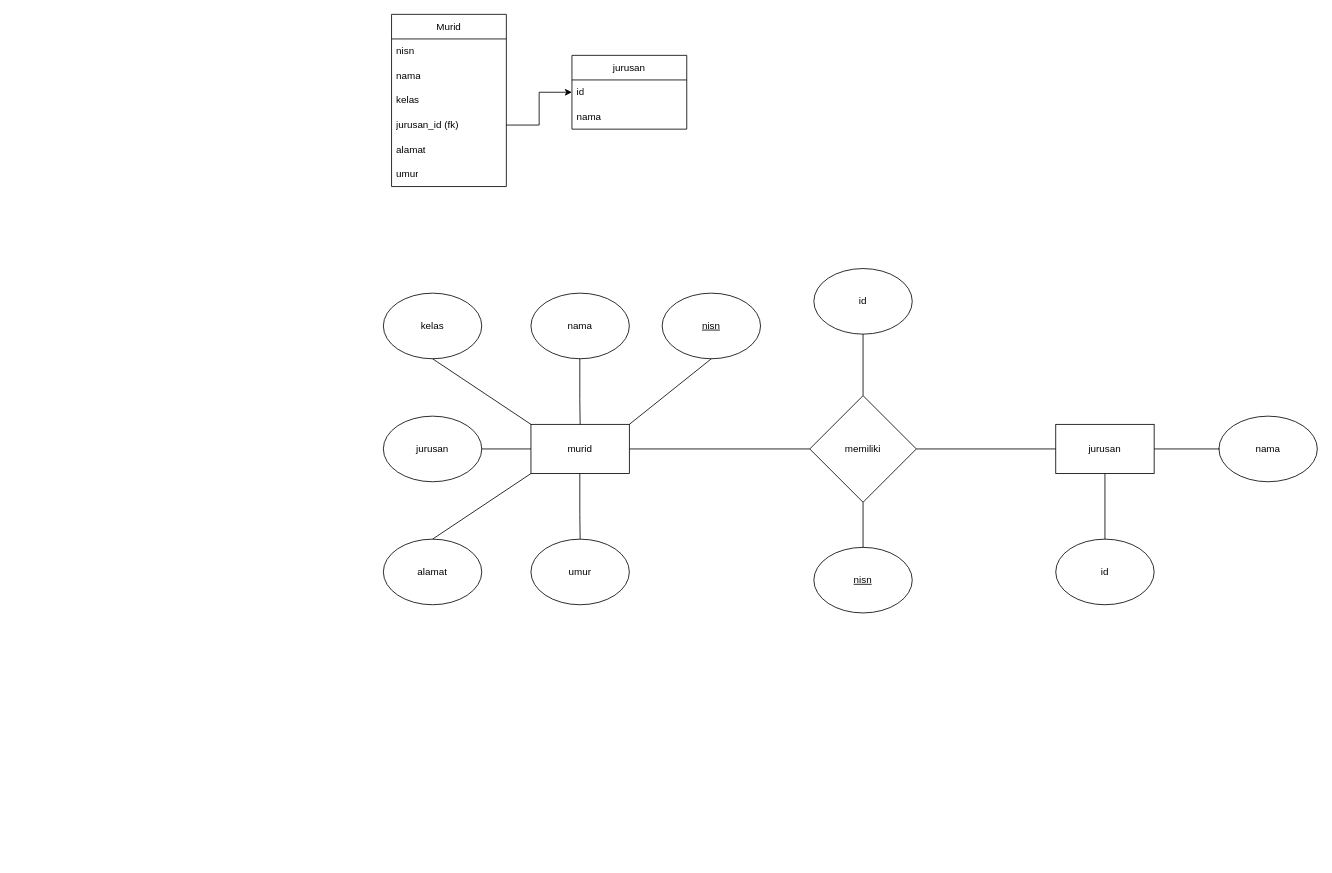
syafik-a/latihanerd keeps this draw.io diagram as latihanerd.drawio. Above is the earlier version. Source tidied: cells renumbered, new cells numbered last; positions are measured from the earlier drawing's top-left corner, leaving out a move shared by most shapes. Both pictures are drawn from the tidied source at 82%, with x=0, y=0 at pixel (383, 14).
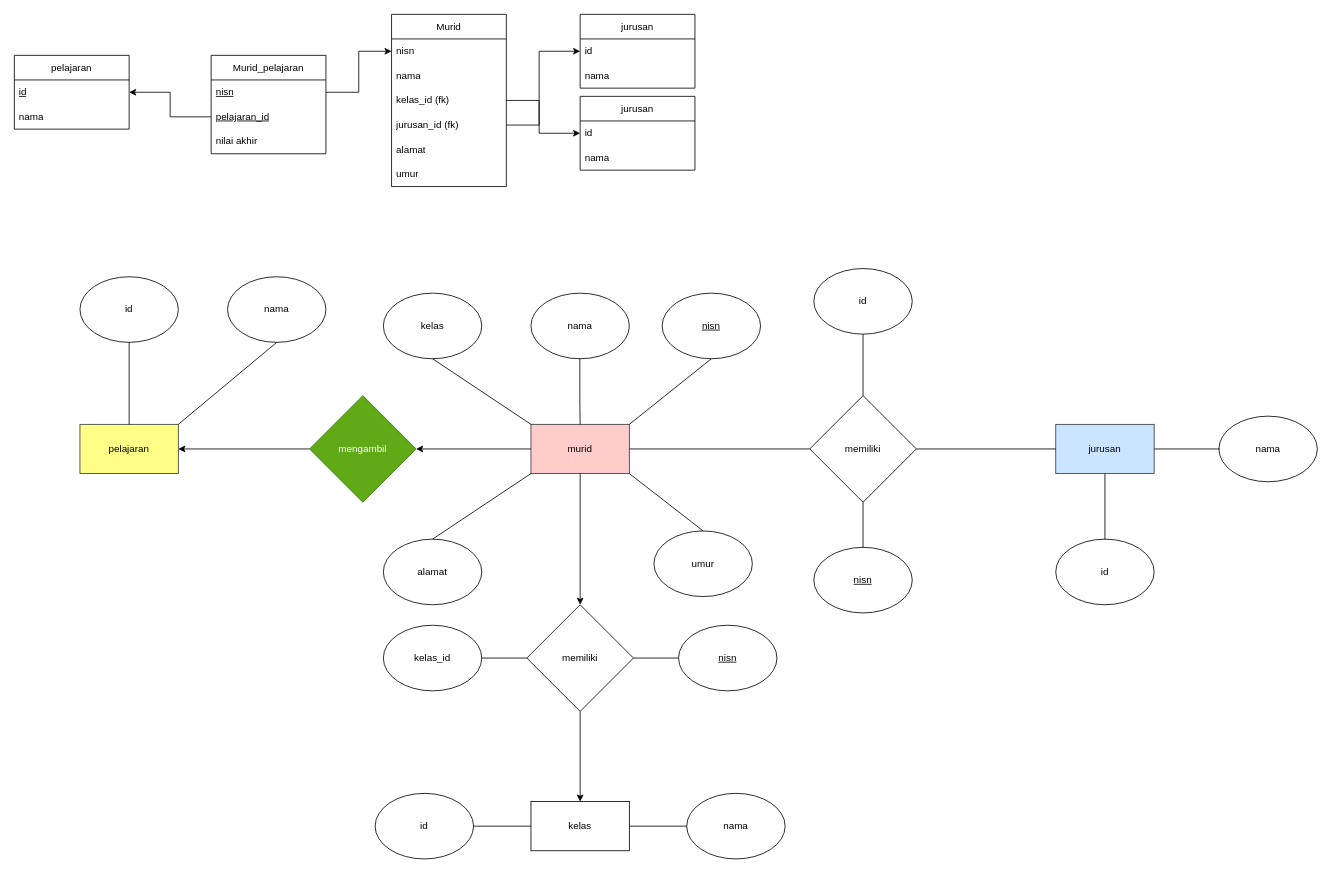
The same diagram, later.

The change refers to these unchanged cells:
```xml
<mxCell id="22" value="Murid" style="swimlane;fontStyle=0;horizontal=1;startSize=30;whiteSpace=wrap;html=1;" parent="1" vertex="1">
  <mxGeometry x="10" width="140" height="210" as="geometry" />
</mxCell>
<mxCell id="23" value="nisn" style="text;strokeColor=none;fillColor=none;align=left;verticalAlign=middle;spacingLeft=4;spacingRight=4;overflow=hidden;points=[[0,0.5],[1,0.5]];portConstraint=eastwest;whiteSpace=wrap;html=1;" parent="22" vertex="1">
  <mxGeometry y="30" width="140" height="30" as="geometry" />
</mxCell>
<mxCell id="26" value="jurusan_id (fk)" style="text;strokeColor=none;fillColor=none;align=left;verticalAlign=middle;spacingLeft=4;spacingRight=4;overflow=hidden;points=[[0,0.5],[1,0.5]];portConstraint=eastwest;whiteSpace=wrap;html=1;" parent="22" vertex="1">
  <mxGeometry y="120" width="140" height="30" as="geometry" />
</mxCell>
<mxCell id="33" value="id" style="text;strokeColor=none;fillColor=none;align=left;verticalAlign=middle;spacingLeft=4;spacingRight=4;overflow=hidden;points=[[0,0.5],[1,0.5]];portConstraint=eastwest;whiteSpace=wrap;html=1;" parent="32" vertex="1">
  <mxGeometry y="30" width="140" height="30" as="geometry" />
</mxCell>
```

Diff of the diagram source:
```diff
@@
-    <mxCell id="3" value="murid" style="rounded=0;whiteSpace=wrap;html=1;" parent="1" vertex="1">
+    <mxCell id="3" value="murid" style="rounded=0;whiteSpace=wrap;html=1;fillColor=#ffcccc;strokeColor=#36393d;" parent="1" vertex="1">
       <mxGeometry x="180" y="500" width="120" height="60" as="geometry" />
     </mxCell>
@@
-    <mxCell id="7" value="jurusan" style="ellipse;whiteSpace=wrap;html=1;" parent="1" vertex="1">
-      <mxGeometry y="490" width="120" height="80" as="geometry" />
-    </mxCell>
@@
     <mxCell id="9" value="umur" style="ellipse;whiteSpace=wrap;html=1;" parent="1" vertex="1">
-      <mxGeometry x="180" y="640" width="120" height="80" as="geometry" />
+      <mxGeometry x="330" y="630" width="120" height="80" as="geometry" />
     </mxCell>
@@
-    <mxCell id="11" style="endArrow=none;html=1;rounded=0;" parent="1" edge="1">
-      <mxGeometry relative="1" as="geometry">
-        <mxPoint x="240" y="640" as="sourcePoint" />
-        <mxPoint x="239.6" y="560" as="targetPoint" />
-        <Array as="points">
-          <mxPoint x="239.6" y="610" />
-        </Array>
-      </mxGeometry>
+    <mxCell id="11" style="endArrow=none;html=1;rounded=0;entryX=1;entryY=1;entryDx=0;entryDy=0;exitX=0.5;exitY=0;exitDx=0;exitDy=0;" parent="1" edge="1" source="9" target="3">
+      <mxGeometry relative="1" as="geometry" />
     </mxCell>
@@
-    <mxCell id="14" style="endArrow=none;html=1;rounded=0;exitX=0;exitY=0.5;exitDx=0;exitDy=0;entryX=1;entryY=0.5;entryDx=0;entryDy=0;" parent="1" edge="1" source="3" target="7">
+    <mxCell id="14" style="endArrow=none;html=1;rounded=0;exitX=0;exitY=0.5;exitDx=0;exitDy=0;entryX=1;entryY=0.5;entryDx=0;entryDy=0;" parent="1" edge="1" source="46" target="38">
       <mxGeometry relative="1" as="geometry" />
     </mxCell>
@@
-    <mxCell id="16" value="jurusan" style="rounded=0;whiteSpace=wrap;html=1;" parent="1" vertex="1">
+    <mxCell id="16" value="jurusan" style="rounded=0;whiteSpace=wrap;html=1;fillColor=#cce5ff;strokeColor=#36393d;" parent="1" vertex="1">
       <mxGeometry x="820" y="500" width="120" height="60" as="geometry" />
     </mxCell>
@@
-    <mxCell id="25" value="kelas" style="text;strokeColor=none;fillColor=none;align=left;verticalAlign=middle;spacingLeft=4;spacingRight=4;overflow=hidden;points=[[0,0.5],[1,0.5]];portConstraint=eastwest;whiteSpace=wrap;html=1;" parent="22" vertex="1">
+    <mxCell id="25" value="kelas_id (fk)" style="text;strokeColor=none;fillColor=none;align=left;verticalAlign=middle;spacingLeft=4;spacingRight=4;overflow=hidden;points=[[0,0.5],[1,0.5]];portConstraint=eastwest;whiteSpace=wrap;html=1;" parent="22" vertex="1">
       <mxGeometry y="90" width="140" height="30" as="geometry" />
     </mxCell>
@@
     <mxCell id="32" value="jurusan" style="swimlane;fontStyle=0;horizontal=1;startSize=30;whiteSpace=wrap;html=1;" parent="1" vertex="1">
-      <mxGeometry x="230" y="50" width="140" height="90" as="geometry" />
+      <mxGeometry x="240" width="140" height="90" as="geometry" />
     </mxCell>
@@
     <mxCell id="35" style="endArrow=classic;html=1;rounded=0;exitX=1;exitY=0.5;exitDx=0;exitDy=0;entryX=0;entryY=0.5;entryDx=0;entryDy=0;" parent="1" edge="1" source="26" target="33">
       <mxGeometry relative="1" as="geometry">
         <Array as="points">
           <mxPoint x="190" y="135" />
-          <mxPoint x="190" y="95" />
+          <mxPoint x="190" y="45" />
         </Array>
       </mxGeometry>
     </mxCell>
@@
+    <mxCell id="38" value="memiliki" style="rhombus;whiteSpace=wrap;html=1;" parent="1" vertex="1">
+      <mxGeometry x="175" y="720" width="130" height="130" as="geometry" />
+    </mxCell>
+    <mxCell id="39" style="endArrow=classic;html=1;rounded=0;exitX=0.5;exitY=1;exitDx=0;exitDy=0;entryX=0.5;entryY=0;entryDx=0;entryDy=0;" parent="1" edge="1" source="3" target="38">
+      <mxGeometry relative="1" as="geometry" />
+    </mxCell>
+    <mxCell id="40" value="kelas" style="rounded=0;whiteSpace=wrap;html=1;" parent="1" vertex="1">
+      <mxGeometry x="180" y="960" width="120" height="60" as="geometry" />
+    </mxCell>
+    <mxCell id="41" value="nama" style="ellipse;whiteSpace=wrap;html=1;" parent="1" vertex="1">
+      <mxGeometry x="370" y="950" width="120" height="80" as="geometry" />
+    </mxCell>
+    <mxCell id="42" value="id" style="ellipse;whiteSpace=wrap;html=1;" parent="1" vertex="1">
+      <mxGeometry x="-10" y="950" width="120" height="80" as="geometry" />
+    </mxCell>
+    <mxCell id="43" style="endArrow=none;html=1;rounded=0;exitX=1;exitY=0.5;exitDx=0;exitDy=0;entryX=0;entryY=0.5;entryDx=0;entryDy=0;" parent="1" edge="1" source="42" target="40">
+      <mxGeometry relative="1" as="geometry" />
+    </mxCell>
+    <mxCell id="44" style="endArrow=none;html=1;rounded=0;exitX=1;exitY=0.5;exitDx=0;exitDy=0;entryX=0;entryY=0.5;entryDx=0;entryDy=0;" parent="1" edge="1" source="40" target="41">
+      <mxGeometry relative="1" as="geometry" />
+    </mxCell>
+    <mxCell id="45" style="endArrow=classic;html=1;rounded=0;exitX=0.5;exitY=1;exitDx=0;exitDy=0;entryX=0.5;entryY=0;entryDx=0;entryDy=0;" parent="1" edge="1" source="38" target="40">
+      <mxGeometry relative="1" as="geometry" />
+    </mxCell>
+    <mxCell id="46" value="&lt;u&gt;nisn&lt;/u&gt;" style="ellipse;whiteSpace=wrap;html=1;" parent="1" vertex="1">
+      <mxGeometry x="360" y="745" width="120" height="80" as="geometry" />
+    </mxCell>
+    <mxCell id="47" value="kelas_id" style="ellipse;whiteSpace=wrap;html=1;" parent="1" vertex="1">
+      <mxGeometry y="745" width="120" height="80" as="geometry" />
+    </mxCell>
+    <mxCell id="48" style="endArrow=none;html=1;rounded=0;exitX=0;exitY=0.5;exitDx=0;exitDy=0;entryX=1;entryY=0.5;entryDx=0;entryDy=0;" parent="1" edge="1" source="38" target="47">
+      <mxGeometry relative="1" as="geometry" />
+    </mxCell>
+    <mxCell id="7" value="jurusan" style="swimlane;fontStyle=0;horizontal=1;startSize=30;whiteSpace=wrap;html=1;" parent="1" vertex="1">
+      <mxGeometry x="240" y="100" width="140" height="90" as="geometry" />
+    </mxCell>
+    <mxCell id="49" value="id" style="text;strokeColor=none;fillColor=none;align=left;verticalAlign=middle;spacingLeft=4;spacingRight=4;overflow=hidden;points=[[0,0.5],[1,0.5]];portConstraint=eastwest;whiteSpace=wrap;html=1;" parent="7" vertex="1">
+      <mxGeometry y="30" width="140" height="30" as="geometry" />
+    </mxCell>
+    <mxCell id="50" value="nama" style="text;strokeColor=none;fillColor=none;align=left;verticalAlign=middle;spacingLeft=4;spacingRight=4;overflow=hidden;whiteSpace=wrap;html=1;" parent="7" vertex="1">
+      <mxGeometry y="60" width="140" height="30" as="geometry" />
+    </mxCell>
+    <mxCell id="51" style="endArrow=classic;html=1;rounded=0;exitX=1;exitY=0.5;exitDx=0;exitDy=0;entryX=0;entryY=0.5;entryDx=0;entryDy=0;" parent="1" edge="1" source="25" target="49">
+      <mxGeometry relative="1" as="geometry">
+        <Array as="points">
+          <mxPoint x="190" y="105" />
+          <mxPoint x="190" y="145" />
+        </Array>
+      </mxGeometry>
+    </mxCell>
+    <mxCell id="52" value="pelajaran" style="rounded=0;whiteSpace=wrap;html=1;fillColor=#ffff88;strokeColor=#36393d;" parent="1" vertex="1">
+      <mxGeometry x="-370" y="500" width="120" height="60" as="geometry" />
+    </mxCell>
+    <mxCell id="53" value="nama" style="ellipse;whiteSpace=wrap;html=1;" parent="1" vertex="1">
+      <mxGeometry x="-190" y="320" width="120" height="80" as="geometry" />
+    </mxCell>
+    <mxCell id="54" value="id" style="ellipse;whiteSpace=wrap;html=1;" parent="1" vertex="1">
+      <mxGeometry x="-370" y="320" width="120" height="80" as="geometry" />
+    </mxCell>
+    <mxCell id="55" style="endArrow=classic;html=1;rounded=0;exitX=0;exitY=0.5;exitDx=0;exitDy=0;entryX=1;entryY=0.5;entryDx=0;entryDy=0;" parent="1" edge="1" source="3" target="58">
+      <mxGeometry relative="1" as="geometry" />
+    </mxCell>
+    <mxCell id="56" style="endArrow=none;html=1;rounded=0;entryX=0.5;entryY=1;entryDx=0;entryDy=0;exitX=0.5;exitY=0;exitDx=0;exitDy=0;" parent="1" edge="1" source="52" target="54">
+      <mxGeometry relative="1" as="geometry" />
+    </mxCell>
+    <mxCell id="57" style="endArrow=none;html=1;rounded=0;entryX=0.5;entryY=1;entryDx=0;entryDy=0;exitX=1;exitY=0;exitDx=0;exitDy=0;" parent="1" edge="1" source="52" target="53">
+      <mxGeometry relative="1" as="geometry" />
+    </mxCell>
+    <mxCell id="58" value="mengambil" style="rhombus;whiteSpace=wrap;html=1;fillColor=#60a917;fontColor=#ffffff;strokeColor=#2D7600;" parent="1" vertex="1">
+      <mxGeometry x="-90" y="465" width="130" height="130" as="geometry" />
+    </mxCell>
+    <mxCell id="59" style="endArrow=classic;html=1;rounded=0;exitX=0;exitY=0.5;exitDx=0;exitDy=0;entryX=1;entryY=0.5;entryDx=0;entryDy=0;" parent="1" edge="1" source="58" target="52">
+      <mxGeometry relative="1" as="geometry" />
+    </mxCell>
+    <mxCell id="60" value="Murid_pelajaran" style="swimlane;fontStyle=0;horizontal=1;startSize=30;whiteSpace=wrap;html=1;" parent="1" vertex="1">
+      <mxGeometry x="-210" y="50" width="140" height="120" as="geometry" />
+    </mxCell>
+    <mxCell id="61" value="&lt;u&gt;nisn&lt;/u&gt;" style="text;strokeColor=none;fillColor=none;align=left;verticalAlign=middle;spacingLeft=4;spacingRight=4;overflow=hidden;points=[[0,0.5],[1,0.5]];portConstraint=eastwest;whiteSpace=wrap;html=1;" parent="60" vertex="1">
+      <mxGeometry y="30" width="140" height="30" as="geometry" />
+    </mxCell>
+    <mxCell id="62" value="&lt;u&gt;pelajaran_id&lt;/u&gt;" style="text;strokeColor=none;fillColor=none;align=left;verticalAlign=middle;spacingLeft=4;spacingRight=4;overflow=hidden;points=[[0,0.5],[1,0.5]];portConstraint=eastwest;whiteSpace=wrap;html=1;" parent="60" vertex="1">
+      <mxGeometry y="60" width="140" height="30" as="geometry" />
+    </mxCell>
+    <mxCell id="63" value="nilai akhir" style="text;strokeColor=none;fillColor=none;align=left;verticalAlign=middle;spacingLeft=4;spacingRight=4;overflow=hidden;whiteSpace=wrap;html=1;" parent="60" vertex="1">
+      <mxGeometry y="90" width="140" height="30" as="geometry" />
+    </mxCell>
+    <mxCell id="64" value="pelajaran" style="swimlane;fontStyle=0;horizontal=1;startSize=30;whiteSpace=wrap;html=1;" parent="1" vertex="1">
+      <mxGeometry x="-450" y="50" width="140" height="90" as="geometry" />
+    </mxCell>
+    <mxCell id="65" value="&lt;u&gt;id&lt;/u&gt;" style="text;strokeColor=none;fillColor=none;align=left;verticalAlign=middle;spacingLeft=4;spacingRight=4;overflow=hidden;points=[[0,0.5],[1,0.5]];portConstraint=eastwest;whiteSpace=wrap;html=1;" parent="64" vertex="1">
+      <mxGeometry y="30" width="140" height="30" as="geometry" />
+    </mxCell>
+    <mxCell id="66" value="nama" style="text;strokeColor=none;fillColor=none;align=left;verticalAlign=middle;spacingLeft=4;spacingRight=4;overflow=hidden;whiteSpace=wrap;html=1;" parent="64" vertex="1">
+      <mxGeometry y="60" width="140" height="30" as="geometry" />
+    </mxCell>
+    <mxCell id="67" style="endArrow=classic;html=1;rounded=0;entryX=1;entryY=0.5;entryDx=0;entryDy=0;exitX=0;exitY=0.5;exitDx=0;exitDy=0;" parent="1" edge="1" source="62" target="65">
+      <mxGeometry relative="1" as="geometry">
+        <Array as="points">
+          <mxPoint x="-260" y="125" />
+          <mxPoint x="-260" y="95" />
+        </Array>
+      </mxGeometry>
+    </mxCell>
+    <mxCell id="68" style="endArrow=classic;html=1;rounded=0;entryX=0;entryY=0.5;entryDx=0;entryDy=0;exitX=1;exitY=0.5;exitDx=0;exitDy=0;" parent="1" edge="1" source="61" target="23">
+      <mxGeometry relative="1" as="geometry">
+        <Array as="points">
+          <mxPoint x="-30" y="95" />
+          <mxPoint x="-30" y="45" />
+        </Array>
+      </mxGeometry>
+    </mxCell>
```
